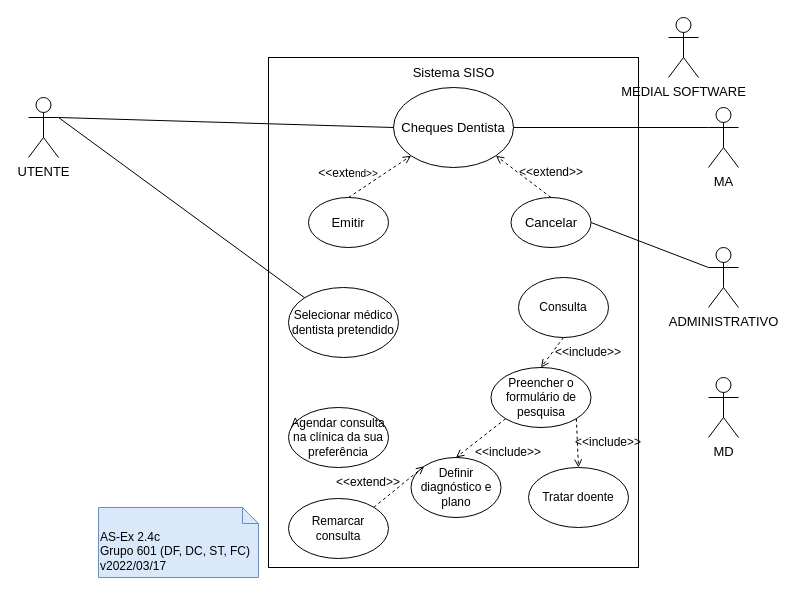
Above: page "2.4b" (2 of 3) of P/P2/P2.drawio in DavidAraujo98/AS (draw.io), before the change. Source tidied: cells renumbered, new cells numbered last; positions are measured from the earlier drawing's top-left corner, leaving out a move shared by most shapes. Both pictures are drawn from the tidied source at 100%, with x=0, y=0 at pixel (28, 17).
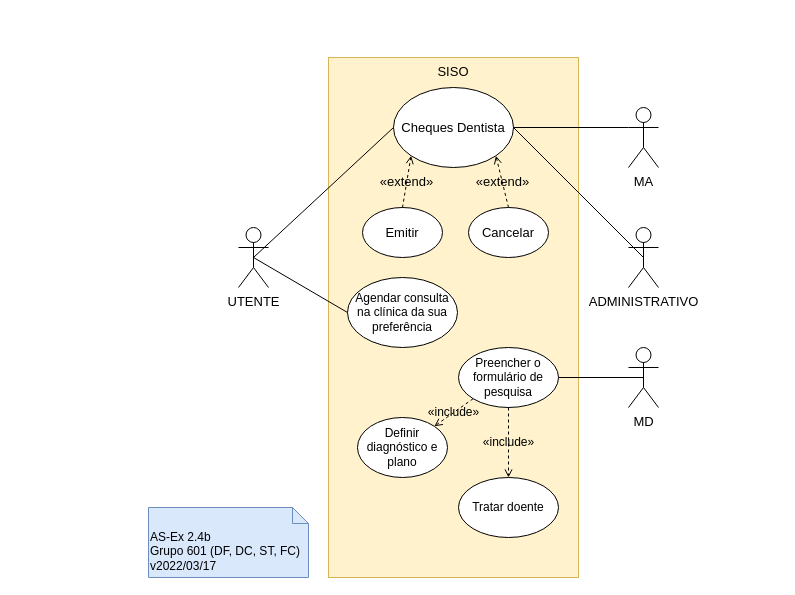
The same page after the edit.

Unchanged cells that the change refers to:
```xml
<mxCell id="5" value="Cheques Dentista" style="ellipse;whiteSpace=wrap;html=1;fontSize=13;" parent="1" vertex="1">
  <mxGeometry x="365" y="70" width="120" height="80" as="geometry" />
</mxCell>
```

Diff of the diagram source:
```diff
@@
-    <mxCell id="2" value="AS-Ex 2.4c&lt;br&gt;Grupo 601 (DF, DC, ST, FC)&lt;br&gt;v2022/03/17" style="shape=note2;boundedLbl=1;whiteSpace=wrap;html=1;size=16;verticalAlign=top;align=left;fillColor=#dae8fc;strokeColor=#6c8ebf;" parent="1" vertex="1">
-      <mxGeometry x="70" y="490" width="160" height="70" as="geometry" />
+    <mxCell id="2" value="AS-Ex 2.4b&lt;br&gt;Grupo 601 (DF, DC, ST, FC)&lt;br&gt;v2022/03/17" style="shape=note2;boundedLbl=1;whiteSpace=wrap;html=1;size=16;verticalAlign=top;align=left;fillColor=#dae8fc;strokeColor=#6c8ebf;" parent="1" vertex="1">
+      <mxGeometry x="120" y="490" width="160" height="70" as="geometry" />
     </mxCell>
-    <mxCell id="3" style="rounded=0;whiteSpace=wrap;html=1;fontSize=13;" parent="1" vertex="1">
-      <mxGeometry x="240" y="40" width="370" height="510" as="geometry" />
+    <mxCell id="3" value="SISO" style="rounded=0;whiteSpace=wrap;html=1;fontSize=13;verticalAlign=top;fillColor=#fff2cc;strokeColor=#d6b656;" parent="1" vertex="1">
+      <mxGeometry x="300" y="40" width="250" height="520" as="geometry" />
     </mxCell>
-    <mxCell id="4" value="&lt;div&gt;Sistema SISO&lt;/div&gt;" style="text;html=1;strokeColor=none;fillColor=none;align=center;verticalAlign=middle;whiteSpace=wrap;rounded=0;fontSize=13;" parent="1" vertex="1">
-      <mxGeometry x="367.5" y="40" width="115" height="30" as="geometry" />
-    </mxCell>
@@
     <mxCell id="6" value="Emitir" style="ellipse;whiteSpace=wrap;html=1;fontSize=13;" parent="1" vertex="1">
-      <mxGeometry x="280" y="180" width="80" height="50" as="geometry" />
+      <mxGeometry x="334" y="190" width="80" height="50" as="geometry" />
     </mxCell>
     <mxCell id="7" value="Cancelar" style="ellipse;whiteSpace=wrap;html=1;fontSize=13;" parent="1" vertex="1">
-      <mxGeometry x="482.5" y="180" width="80" height="50" as="geometry" />
+      <mxGeometry x="440" y="190" width="80" height="50" as="geometry" />
     </mxCell>
-    <mxCell id="8" style="edgeStyle=orthogonalEdgeStyle;rounded=0;jettySize=auto;html=1;exitX=1;exitY=0.3333333333333333;exitDx=0;exitDy=0;exitPerimeter=0;dashed=1;fontSize=12;startArrow=none;startFill=0;endArrow=open;endFill=0;" parent="1" edge="1" source="9">
-      <mxGeometry relative="1" as="geometry">
-        <mxPoint x="30" y="100" as="targetPoint" />
-      </mxGeometry>
-    </mxCell>
     <mxCell id="9" value="UTENTE" style="shape=umlActor;verticalLabelPosition=bottom;verticalAlign=top;html=1;outlineConnect=0;fontSize=13;" parent="1" vertex="1">
-      <mxGeometry y="80" width="30" height="60" as="geometry" />
+      <mxGeometry x="210" y="210" width="30" height="60" as="geometry" />
     </mxCell>
     <mxCell id="10" value="MA" style="shape=umlActor;verticalLabelPosition=bottom;verticalAlign=top;html=1;outlineConnect=0;fontSize=13;" parent="1" vertex="1">
-      <mxGeometry x="680" y="90" width="30" height="60" as="geometry" />
+      <mxGeometry x="600" y="90" width="30" height="60" as="geometry" />
     </mxCell>
+    <mxCell id="37" style="edgeStyle=none;rounded=0;jettySize=auto;html=1;exitX=0.5;exitY=0.5;exitDx=0;exitDy=0;exitPerimeter=0;entryX=1;entryY=0.5;entryDx=0;entryDy=0;endArrow=none;endFill=0;" parent="1" edge="1" source="11" target="21">
+      <mxGeometry relative="1" as="geometry" />
+    </mxCell>
     <mxCell id="11" value="MD" style="shape=umlActor;verticalLabelPosition=bottom;verticalAlign=top;html=1;outlineConnect=0;fontSize=13;" parent="1" vertex="1">
-      <mxGeometry x="680" y="360" width="30" height="60" as="geometry" />
+      <mxGeometry x="600" y="330" width="30" height="60" as="geometry" />
     </mxCell>
     <mxCell id="12" value="ADMINISTRATIVO" style="shape=umlActor;verticalLabelPosition=bottom;verticalAlign=top;html=1;outlineConnect=0;fontSize=13;" parent="1" vertex="1">
-      <mxGeometry x="680" y="230" width="30" height="60" as="geometry" />
+      <mxGeometry x="600" y="210" width="30" height="60" as="geometry" />
     </mxCell>
-    <mxCell id="13" style="endArrow=none;html=1;rounded=0;fontSize=13;exitX=1;exitY=0.3333333333333333;exitDx=0;exitDy=0;exitPerimeter=0;entryX=0;entryY=0.5;entryDx=0;entryDy=0;" parent="1" edge="1" source="9" target="5">
+    <mxCell id="13" style="endArrow=none;html=1;rounded=0;fontSize=13;exitX=0.5;exitY=0.5;exitDx=0;exitDy=0;exitPerimeter=0;entryX=0;entryY=0.5;entryDx=0;entryDy=0;" parent="1" edge="1" source="9" target="5">
       <mxGeometry relative="1" as="geometry" />
     </mxCell>
@@
-    <mxCell id="15" value="MEDIAL SOFTWARE" style="shape=umlActor;verticalLabelPosition=bottom;verticalAlign=top;html=1;fontSize=13;" parent="1" vertex="1">
-      <mxGeometry x="640" width="30" height="60" as="geometry" />
-    </mxCell>
-    <mxCell id="16" style="endArrow=open;html=1;rounded=0;fontSize=13;exitX=0.5;exitY=0;exitDx=0;exitDy=0;entryX=0;entryY=1;entryDx=0;entryDy=0;dashed=1;endFill=0;" parent="1" edge="1" source="6" target="5">
+    <mxCell id="16" value="«extend»" style="endArrow=open;html=1;rounded=0;fontSize=13;exitX=0.5;exitY=0;exitDx=0;exitDy=0;dashed=1;endFill=0;labelBackgroundColor=none;entryX=0;entryY=1;entryDx=0;entryDy=0;" parent="1" edge="1" source="6" target="5">
       <mxGeometry relative="1" as="geometry" />
     </mxCell>
-    <mxCell id="17" style="endArrow=open;html=1;rounded=0;fontSize=13;exitX=0.5;exitY=0;exitDx=0;exitDy=0;entryX=1;entryY=1;entryDx=0;entryDy=0;dashed=1;endFill=0;" parent="1" edge="1" source="7" target="5">
+    <mxCell id="17" value="«extend»" style="endArrow=open;html=1;rounded=0;fontSize=13;exitX=0.5;exitY=0;exitDx=0;exitDy=0;entryX=1;entryY=1;entryDx=0;entryDy=0;dashed=1;endFill=0;labelBackgroundColor=none;" parent="1" edge="1" source="7" target="5">
       <mxGeometry relative="1" as="geometry" />
     </mxCell>
-    <mxCell id="18" value="&lt;font style=&quot;font-size: 12px&quot;&gt;&amp;lt;&amp;lt;exte&lt;font size=&quot;1&quot;&gt;nd&amp;gt;&amp;gt;&lt;/font&gt;&lt;/font&gt;" style="text;html=1;strokeColor=none;fillColor=none;align=center;verticalAlign=middle;whiteSpace=wrap;rounded=0;fontSize=13;" parent="1" vertex="1">
-      <mxGeometry x="290" y="140" width="60" height="30" as="geometry" />
-    </mxCell>
-    <mxCell id="19" value="&amp;lt;&amp;lt;extend&amp;gt;&amp;gt;" style="text;html=1;strokeColor=none;fillColor=none;align=center;verticalAlign=middle;whiteSpace=wrap;rounded=0;fontSize=12;" parent="1" vertex="1">
-      <mxGeometry x="492.5" y="140" width="60" height="30" as="geometry" />
-    </mxCell>
     <mxCell id="20" value="Agendar consulta na clínica da sua preferência" style="ellipse;whiteSpace=wrap;html=1;fontSize=12;" parent="1" vertex="1">
-      <mxGeometry x="260" y="390" width="100" height="60" as="geometry" />
+      <mxGeometry x="319" y="260" width="110" height="70" as="geometry" />
     </mxCell>
     <mxCell id="21" value="Preencher o formulário de pesquisa" style="ellipse;whiteSpace=wrap;html=1;fontSize=12;" parent="1" vertex="1">
-      <mxGeometry x="462.5" y="350" width="100" height="60" as="geometry" />
+      <mxGeometry x="430" y="330" width="100" height="60" as="geometry" />
     </mxCell>
     <mxCell id="22" value="Definir diagnóstico e plano" style="ellipse;whiteSpace=wrap;html=1;fontSize=12;" parent="1" vertex="1">
-      <mxGeometry x="382.5" y="440" width="90" height="60" as="geometry" />
+      <mxGeometry x="329" y="400" width="90" height="60" as="geometry" />
     </mxCell>
     <mxCell id="23" value="Tratar doente" style="ellipse;whiteSpace=wrap;html=1;fontSize=12;" parent="1" vertex="1">
-      <mxGeometry x="500" y="450" width="100" height="60" as="geometry" />
+      <mxGeometry x="430" y="460" width="100" height="60" as="geometry" />
     </mxCell>
-    <mxCell id="24" value="Selecionar médico dentista pretendido" style="ellipse;whiteSpace=wrap;html=1;fontSize=12;" parent="1" vertex="1">
-      <mxGeometry x="260" y="270" width="110" height="70" as="geometry" />
-    </mxCell>
-    <mxCell id="25" style="endArrow=open;html=1;rounded=0;dashed=1;fontSize=12;exitX=0;exitY=1;exitDx=0;exitDy=0;entryX=0.5;entryY=0;entryDx=0;entryDy=0;endFill=0;" parent="1" edge="1" source="21" target="22">
+    <mxCell id="25" value="«include»" style="endArrow=open;html=1;rounded=0;dashed=1;fontSize=12;exitX=0;exitY=1;exitDx=0;exitDy=0;entryX=1;entryY=0;entryDx=0;entryDy=0;endFill=0;labelBackgroundColor=none;" parent="1" edge="1" source="21" target="22">
       <mxGeometry relative="1" as="geometry" />
     </mxCell>
-    <mxCell id="26" style="endArrow=open;html=1;rounded=0;dashed=1;fontSize=12;exitX=1;exitY=1;exitDx=0;exitDy=0;entryX=0.5;entryY=0;entryDx=0;entryDy=0;endFill=0;" parent="1" edge="1" source="21" target="23">
+    <mxCell id="26" value="«include»" style="endArrow=open;html=1;rounded=0;dashed=1;fontSize=12;exitX=0.5;exitY=1;exitDx=0;exitDy=0;entryX=0.5;entryY=0;entryDx=0;entryDy=0;endFill=0;labelBackgroundColor=none;" parent="1" edge="1" source="21" target="23">
       <mxGeometry relative="1" as="geometry" />
     </mxCell>
-    <mxCell id="27" value="&amp;lt;&amp;lt;include&amp;gt;&amp;gt;" style="text;html=1;strokeColor=none;fillColor=none;align=center;verticalAlign=middle;whiteSpace=wrap;rounded=0;fontSize=12;" parent="1" vertex="1">
-      <mxGeometry x="550" y="410" width="60" height="30" as="geometry" />
-    </mxCell>
-    <mxCell id="28" value="&amp;lt;&amp;lt;include&amp;gt;&amp;gt;" style="text;html=1;strokeColor=none;fillColor=none;align=center;verticalAlign=middle;whiteSpace=wrap;rounded=0;fontSize=12;" parent="1" vertex="1">
-      <mxGeometry x="450" y="420" width="60" height="30" as="geometry" />
-    </mxCell>
-    <mxCell id="29" value="Consulta " style="ellipse;whiteSpace=wrap;html=1;fontSize=12;" parent="1" vertex="1">
-      <mxGeometry x="490" y="260" width="90" height="60" as="geometry" />
-    </mxCell>
-    <mxCell id="30" style="endArrow=open;html=1;rounded=0;dashed=1;fontSize=12;exitX=0.5;exitY=1;exitDx=0;exitDy=0;entryX=0.5;entryY=0;entryDx=0;entryDy=0;endFill=0;" parent="1" edge="1" source="29" target="21">
-      <mxGeometry relative="1" as="geometry" />
-    </mxCell>
-    <mxCell id="31" value="&amp;lt;&amp;lt;include&amp;gt;&amp;gt;" style="text;html=1;strokeColor=none;fillColor=none;align=center;verticalAlign=middle;whiteSpace=wrap;rounded=0;fontSize=12;" parent="1" vertex="1">
-      <mxGeometry x="530" y="320" width="60" height="30" as="geometry" />
-    </mxCell>
-    <mxCell id="32" value="Remarcar consulta" style="ellipse;whiteSpace=wrap;html=1;fontSize=12;" parent="1" vertex="1">
-      <mxGeometry x="260" y="481" width="100" height="60" as="geometry" />
-    </mxCell>
-    <mxCell id="33" style="endArrow=none;html=1;rounded=0;fontSize=12;entryX=1;entryY=0.3333333333333333;entryDx=0;entryDy=0;entryPerimeter=0;exitX=0;exitY=0;exitDx=0;exitDy=0;" parent="1" edge="1" source="24" target="9">
+    <mxCell id="33" style="endArrow=none;html=1;rounded=0;fontSize=12;entryX=0.5;entryY=0.5;entryDx=0;entryDy=0;entryPerimeter=0;exitX=0;exitY=0.5;exitDx=0;exitDy=0;" parent="1" edge="1" source="20" target="9">
       <mxGeometry relative="1" as="geometry" />
     </mxCell>
-    <mxCell id="34" style="endArrow=none;html=1;rounded=0;fontSize=12;exitX=0;exitY=0.3333333333333333;exitDx=0;exitDy=0;exitPerimeter=0;entryX=1;entryY=0.5;entryDx=0;entryDy=0;" parent="1" edge="1" source="12" target="7">
+    <mxCell id="34" style="endArrow=none;html=1;rounded=0;fontSize=12;exitX=0.5;exitY=0.5;exitDx=0;exitDy=0;exitPerimeter=0;entryX=1;entryY=0.5;entryDx=0;entryDy=0;" parent="1" edge="1" source="12" target="5">
       <mxGeometry relative="1" as="geometry" />
     </mxCell>
-    <mxCell id="35" style="endArrow=open;html=1;rounded=0;fontSize=12;exitX=1;exitY=0;exitDx=0;exitDy=0;entryX=0;entryY=0;entryDx=0;entryDy=0;dashed=1;endFill=0;" parent="1" edge="1" source="32" target="22">
-      <mxGeometry relative="1" as="geometry" />
-    </mxCell>
-    <mxCell id="36" value="&amp;lt;&amp;lt;extend&amp;gt;&amp;gt;" style="text;html=1;strokeColor=none;fillColor=none;align=center;verticalAlign=middle;whiteSpace=wrap;rounded=0;fontSize=12;" parent="1" vertex="1">
-      <mxGeometry x="310" y="450" width="60" height="30" as="geometry" />
-    </mxCell>
```
